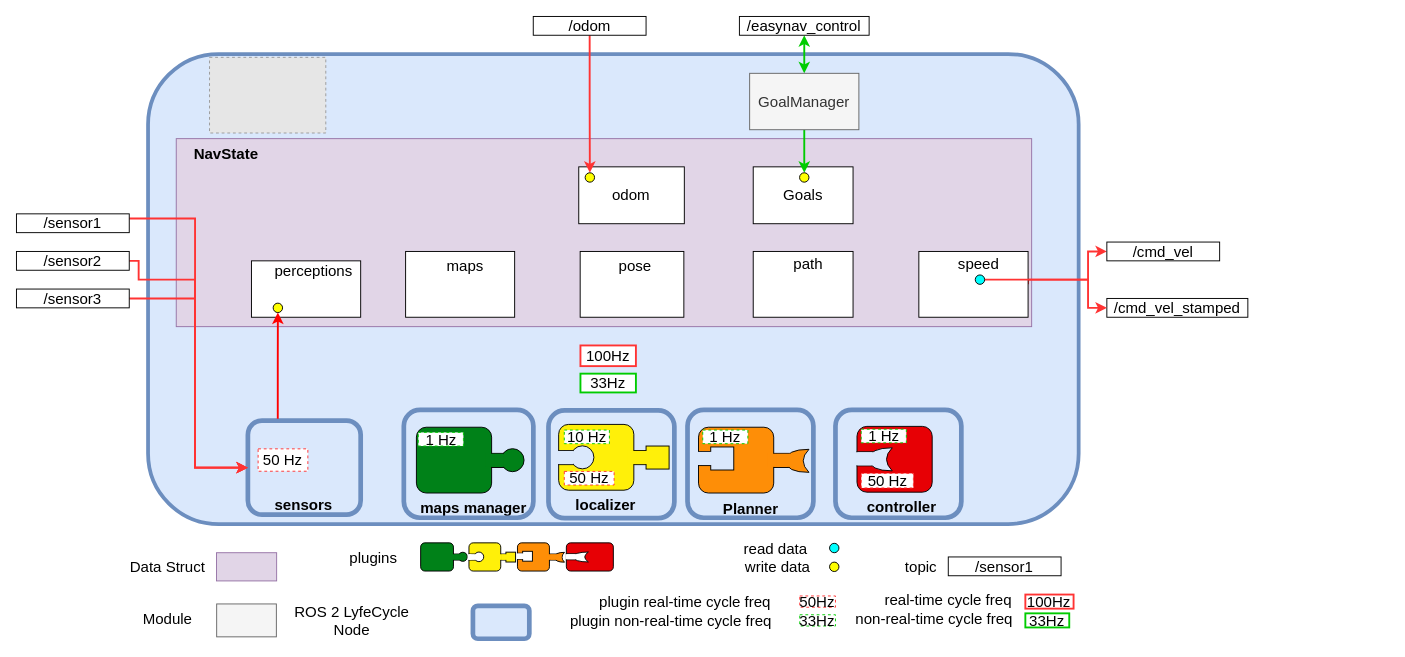
Earlier version of the draw.io diagram images/easynav_simple_design_v2.drawio (EasyNavigation/easynavigation.github.io). Source tidied: cells renumbered, new cells numbered last; positions are measured from the earlier drawing's top-left corner, leaving out a move shared by most shapes. Both pictures are drawn from the tidied source at 94%, with x=0, y=0 at pixel (16, 16). Pictures stored in the file or linked from it are replaced by grey dashed boxes.
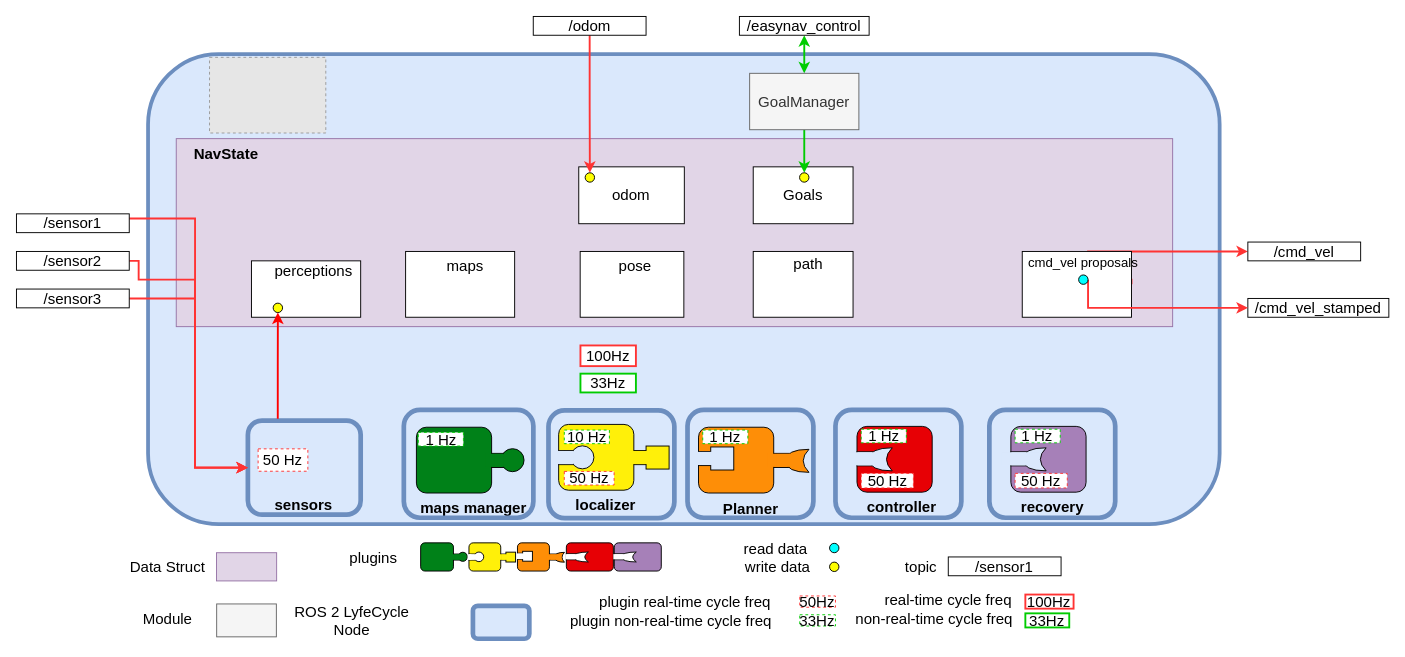
The same diagram, later.

What changed in the source:
```diff
@@
     <mxCell id="2" style="rounded=1;whiteSpace=wrap;html=1;strokeColor=#6c8ebf;strokeWidth=4;fillColor=#dae8fc;fontSize=16;" parent="1" vertex="1">
-      <mxGeometry x="140" y="40" width="990" height="500" as="geometry" />
+      <mxGeometry x="140" y="40" width="1140" height="500" as="geometry" />
     </mxCell>
@@
     <mxCell id="5" style="rounded=0;whiteSpace=wrap;html=1;fillColor=#e1d5e7;strokeColor=#9673a6;fontSize=16;" parent="1" vertex="1">
-      <mxGeometry x="170" y="130" width="910" height="200" as="geometry" />
+      <mxGeometry x="170" y="130" width="1060" height="200" as="geometry" />
     </mxCell>
@@
     <mxCell id="13" style="rounded=0;whiteSpace=wrap;html=1;fontSize=16;" parent="1" vertex="1">
-      <mxGeometry x="960" y="250" width="116.2" height="70" as="geometry" />
+      <mxGeometry x="1070" y="250" width="116.2" height="70" as="geometry" />
     </mxCell>
@@
     <mxCell id="26" value="/cmd_vel" style="rounded=0;whiteSpace=wrap;html=1;fontSize=16;" parent="1" vertex="1">
-      <mxGeometry x="1160" y="240" width="120" height="20" as="geometry" />
+      <mxGeometry x="1310" y="240" width="120" height="20" as="geometry" />
     </mxCell>
     <mxCell id="27" value="/cmd_vel_stamped" style="rounded=0;whiteSpace=wrap;html=1;fontSize=16;" parent="1" vertex="1">
-      <mxGeometry x="1160" y="300" width="150" height="20" as="geometry" />
+      <mxGeometry x="1310" y="300" width="150" height="20" as="geometry" />
     </mxCell>
@@
-    <mxCell id="32" value="&lt;span style=&quot;color: rgb(0, 0, 0); font-family: Helvetica; font-style: normal; font-variant-ligatures: normal; font-variant-caps: normal; font-weight: 400; letter-spacing: normal; orphans: 2; text-align: center; text-indent: 0px; text-transform: none; widows: 2; word-spacing: 0px; -webkit-text-stroke-width: 0px; white-space: normal; text-decoration-thickness: initial; text-decoration-style: initial; text-decoration-color: initial; float: none; display: inline !important;&quot;&gt;speed&lt;/span&gt;" style="text;whiteSpace=wrap;html=1;fontSize=16;" parent="1" vertex="1">
-      <mxGeometry x="1000" y="247" width="40" height="20" as="geometry" />
+    <mxCell id="32" value="&lt;span style=&quot;color: rgb(0, 0, 0); font-family: Helvetica; font-style: normal; font-variant-ligatures: normal; font-variant-caps: normal; font-weight: 400; letter-spacing: normal; orphans: 2; text-align: center; text-indent: 0px; text-transform: none; widows: 2; word-spacing: 0px; -webkit-text-stroke-width: 0px; white-space: normal; text-decoration-thickness: initial; text-decoration-style: initial; text-decoration-color: initial; float: none; display: inline !important;&quot;&gt;cmd_vel proposals&lt;/span&gt;" style="text;whiteSpace=wrap;html=1;fontSize=14;align=center;" parent="1" vertex="1">
+      <mxGeometry x="1075" y="247" width="120" height="40" as="geometry" />
     </mxCell>
@@
     <mxCell id="35" style="ellipse;whiteSpace=wrap;html=1;fillColor=#00FFFF;fontSize=16;" parent="1" vertex="1">
-      <mxGeometry x="1020" y="275" width="10" height="10" as="geometry" />
+      <mxGeometry x="1130" y="275" width="10" height="10" as="geometry" />
     </mxCell>
@@
+    <mxCell id="144" style="rounded=1;whiteSpace=wrap;html=1;fillColor=none;strokeColor=#6c8ebf;strokeWidth=5;fontSize=16;" parent="1" vertex="1">
+      <mxGeometry x="1035" y="418.5" width="133.9" height="114.8" as="geometry" />
+    </mxCell>
+    <mxCell id="145" style="group;" parent="1" vertex="1">
+      <mxGeometry x="1047.9" y="436.1" width="90" height="70" as="geometry" />
+    </mxCell>
+    <mxCell id="146" style="rounded=1;whiteSpace=wrap;html=1;fillColor=#A680B8;" parent="145" vertex="1">
+      <mxGeometry x="10" width="80" height="70" as="geometry" />
+    </mxCell>
+    <mxCell id="147" value="&lt;font&gt;1 Hz&lt;/font&gt;" style="rounded=0;whiteSpace=wrap;html=1;strokeColor=#00CC00;strokeWidth=1;dashed=1;fontSize=16;" parent="145" vertex="1">
+      <mxGeometry x="14.5" y="3" width="48" height="14.5" as="geometry" />
+    </mxCell>
+    <mxCell id="148" style="rounded=0;whiteSpace=wrap;html=1;strokeColor=none;fillColor=#DAE8FC;" parent="145" vertex="1">
+      <mxGeometry x="13" y="27.5" width="27" height="14" as="geometry" />
+    </mxCell>
+    <mxCell id="149" style="rounded=0;whiteSpace=wrap;html=1;fillColor=#DAE8FC;" parent="145" vertex="1">
+      <mxGeometry x="10" y="27" width="20" height="15" as="geometry" />
+    </mxCell>
+    <mxCell id="150" style="shape=xor;whiteSpace=wrap;html=1;flipH=1;fillColor=#DAE8FC;" parent="145" vertex="1">
+      <mxGeometry x="23" y="22.8" width="24.5" height="24.5" as="geometry" />
+    </mxCell>
+    <mxCell id="151" style="rounded=0;whiteSpace=wrap;html=1;strokeColor=none;fillColor=#DAE8FC;" parent="145" vertex="1">
+      <mxGeometry y="27.5" width="40" height="14" as="geometry" />
+    </mxCell>
+    <mxCell id="152" value="&lt;font&gt;50 Hz&lt;/font&gt;" style="rounded=0;whiteSpace=wrap;html=1;strokeColor=#FF3333;strokeWidth=1;dashed=1;fontSize=16;" parent="145" vertex="1">
+      <mxGeometry x="14.5" y="50" width="55.5" height="15.5" as="geometry" />
+    </mxCell>
+    <mxCell id="153" value="&lt;span style=&quot;color: rgb(0, 0, 0); font-family: Helvetica; font-style: normal; font-variant-ligatures: normal; font-variant-caps: normal; letter-spacing: normal; orphans: 2; text-align: center; text-indent: 0px; text-transform: none; widows: 2; word-spacing: 0px; -webkit-text-stroke-width: 0px; white-space: normal; text-decoration-thickness: initial; text-decoration-style: initial; text-decoration-color: initial; float: none; display: inline !important;&quot;&gt;&lt;b&gt;recovery&lt;/b&gt;&lt;/span&gt;" style="text;whiteSpace=wrap;html=1;fontSize=16;" parent="1" vertex="1">
+      <mxGeometry x="1066.6" y="506.1" width="117.1" height="20" as="geometry" />
+    </mxCell>
+    <mxCell id="154" style="group;" parent="1" vertex="1">
+      <mxGeometry x="635" y="560" width="51" height="30" as="geometry" />
+    </mxCell>
+    <mxCell id="155" style="group;" parent="154" vertex="1">
+      <mxGeometry x="1" width="50" height="30" as="geometry" />
+    </mxCell>
+    <mxCell id="156" style="rounded=1;whiteSpace=wrap;html=1;fillColor=#A680B8;" parent="155" vertex="1">
+      <mxGeometry width="50" height="30" as="geometry" />
+    </mxCell>
+    <mxCell id="157" style="rounded=0;whiteSpace=wrap;html=1;strokeColor=none;fillColor=#FFFFFF;" parent="155" vertex="1">
+      <mxGeometry x="1.9" y="11.8" width="16.9" height="6" as="geometry" />
+    </mxCell>
+    <mxCell id="158" style="rounded=0;whiteSpace=wrap;html=1;fillColor=#FFFFFF;" parent="155" vertex="1">
+      <mxGeometry y="11.6" width="12.5" height="6.4" as="geometry" />
+    </mxCell>
+    <mxCell id="159" style="shape=xor;whiteSpace=wrap;html=1;flipH=1;fillColor=#FFFFFF;" parent="155" vertex="1">
+      <mxGeometry x="8.1" y="9.8" width="15.3" height="10.5" as="geometry" />
+    </mxCell>
+    <mxCell id="160" style="rounded=0;whiteSpace=wrap;html=1;fillColor=#FFFFFF;strokeColor=none;" parent="154" vertex="1">
+      <mxGeometry y="12" width="12.5" height="5.5" as="geometry" />
+    </mxCell>
```
